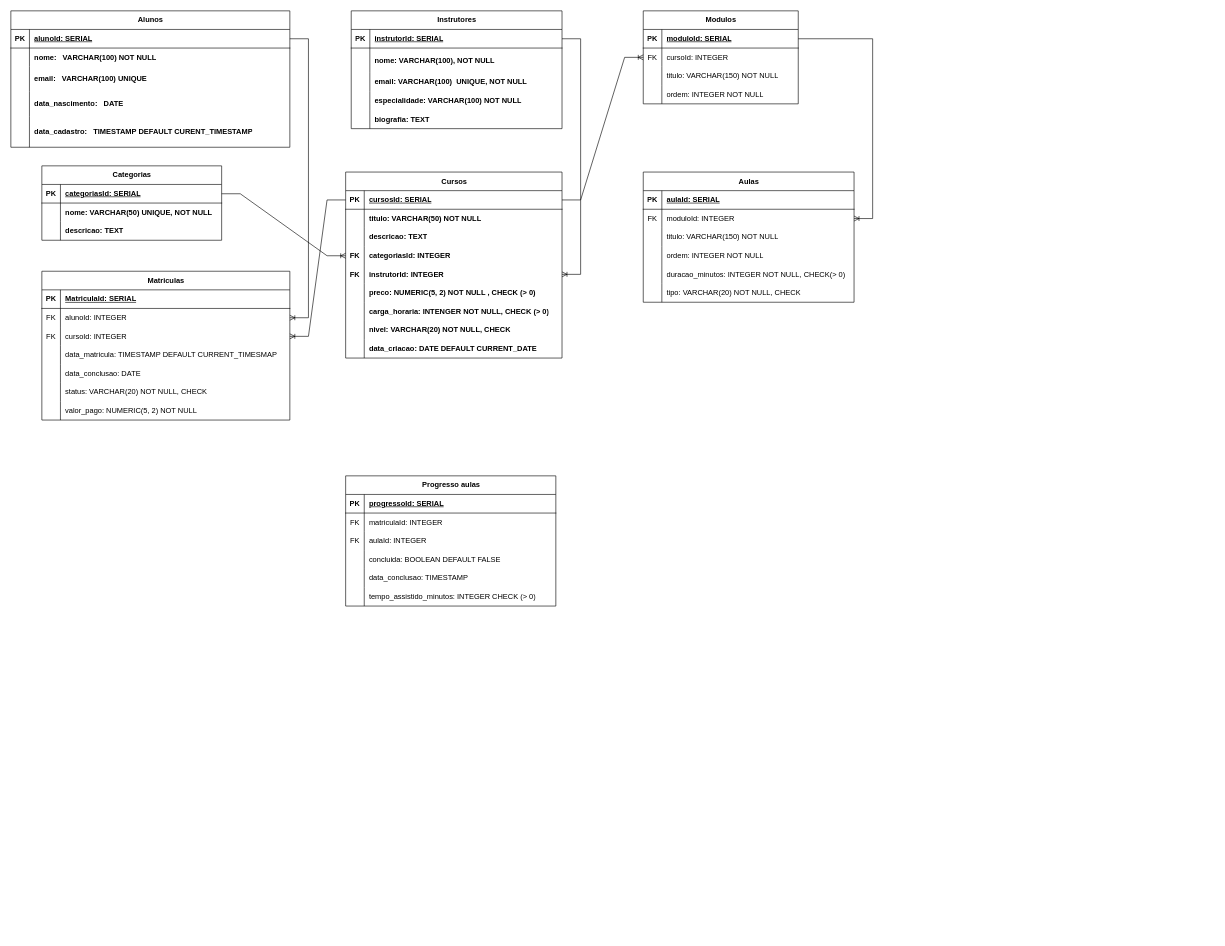
Before: page "Página-1" (1 of 2) of EDUtech.drawio in LuizVitorAlves/PlataformaEduTech_CasaDigital, a draw.io diagram. Source tidied: cells renumbered, new cells numbered last; positions are measured from the earlier drawing's top-left corner, leaving out a move shared by most shapes. Both pictures are drawn from the tidied source at 62%, with x=0, y=0 at pixel (11, 11).
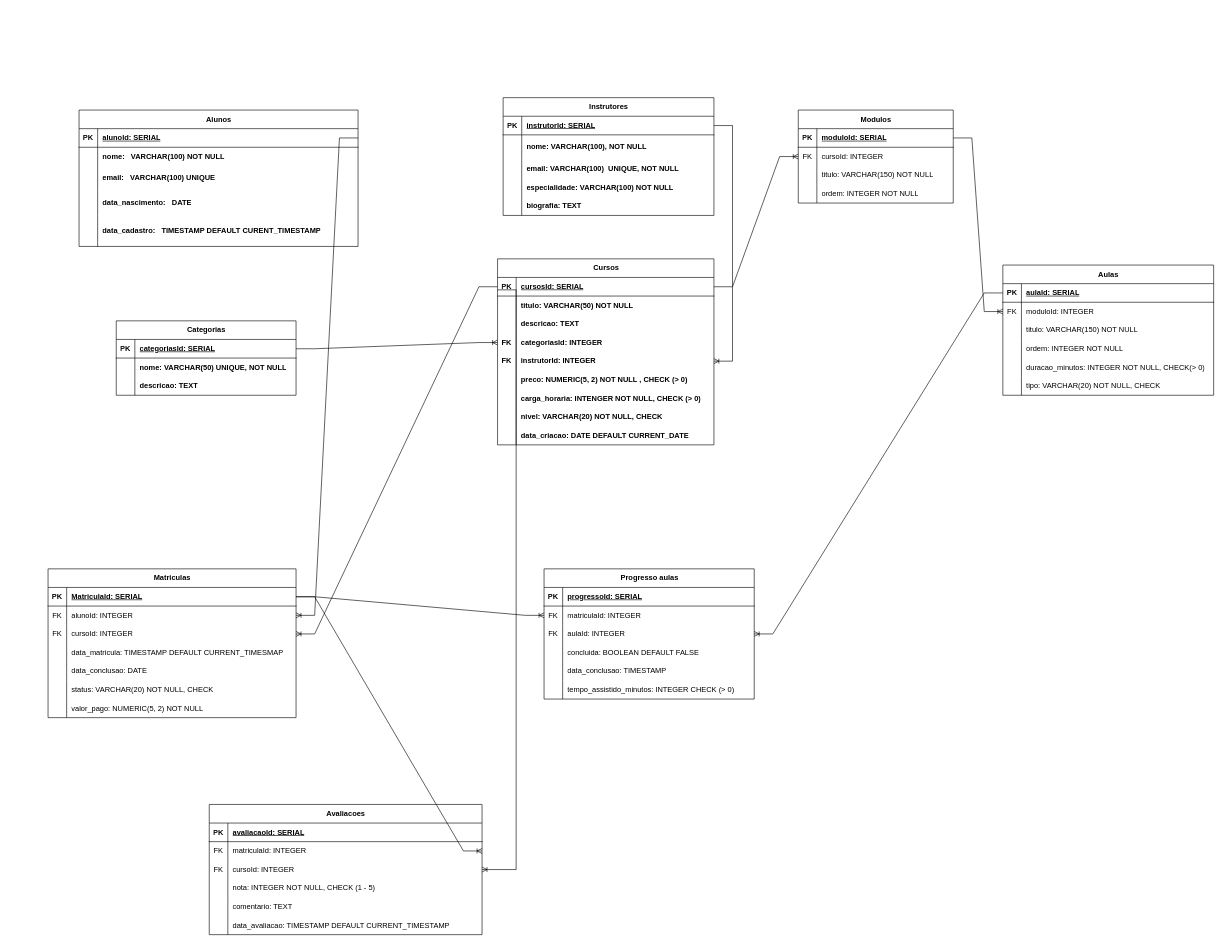
The same page after the edit.

Commit message:
Fechamento do obrigatorio

Unchanged cells that the change refers to:
```xml
<mxCell id="3" style="shape=tableRow;horizontal=0;startSize=0;swimlaneHead=0;swimlaneBody=0;fillColor=none;points=[[0,0.5],[1,0.5]];portConstraint=eastwest;top=0;left=0;right=0;bottom=1;labelBackgroundColor=none;" parent="2" vertex="1">
  <mxGeometry y="30" width="450" height="30" as="geometry" />
</mxCell>
<mxCell id="19" style="shape=tableRow;horizontal=0;startSize=0;swimlaneHead=0;swimlaneBody=0;fillColor=none;points=[[0,0.5],[1,0.5]];portConstraint=eastwest;top=0;left=0;right=0;bottom=1;" parent="18" vertex="1">
  <mxGeometry y="30" width="340" height="30" as="geometry" />
</mxCell>
<mxCell id="45" style="shape=tableRow;horizontal=0;startSize=0;swimlaneHead=0;swimlaneBody=0;fillColor=none;points=[[0,0.5],[1,0.5]];portConstraint=eastwest;top=0;left=0;right=0;bottom=1;" parent="44" vertex="1">
  <mxGeometry y="30" width="349" height="30" as="geometry" />
</mxCell>
<mxCell id="57" style="shape=tableRow;horizontal=0;startSize=0;swimlaneHead=0;swimlaneBody=0;fillColor=none;points=[[0,0.5],[1,0.5]];portConstraint=eastwest;top=0;left=0;right=0;bottom=0;" parent="44" vertex="1">
  <mxGeometry y="150" width="349" height="30" as="geometry" />
</mxCell>
<mxCell id="78" style="shape=tableRow;horizontal=0;startSize=0;swimlaneHead=0;swimlaneBody=0;fillColor=none;points=[[0,0.5],[1,0.5]];portConstraint=eastwest;top=0;left=0;right=0;bottom=0;" parent="74" vertex="1">
  <mxGeometry y="60" width="250" height="30" as="geometry" />
</mxCell>
<mxCell id="89" style="shape=tableRow;horizontal=0;startSize=0;swimlaneHead=0;swimlaneBody=0;fillColor=none;points=[[0,0.5],[1,0.5]];portConstraint=eastwest;top=0;left=0;right=0;bottom=1;" parent="88" vertex="1">
  <mxGeometry y="30" width="340" height="30" as="geometry" />
</mxCell>
<mxCell id="109" style="shape=tableRow;horizontal=0;startSize=0;swimlaneHead=0;swimlaneBody=0;fillColor=none;points=[[0,0.5],[1,0.5]];portConstraint=eastwest;top=0;left=0;right=0;bottom=1;" parent="108" vertex="1">
  <mxGeometry y="30" width="400" height="30" as="geometry" />
</mxCell>
<mxCell id="112" style="shape=tableRow;horizontal=0;startSize=0;swimlaneHead=0;swimlaneBody=0;fillColor=none;points=[[0,0.5],[1,0.5]];portConstraint=eastwest;top=0;left=0;right=0;bottom=0;" parent="108" vertex="1">
  <mxGeometry y="60" width="400" height="30" as="geometry" />
</mxCell>
<mxCell id="115" style="shape=tableRow;horizontal=0;startSize=0;swimlaneHead=0;swimlaneBody=0;fillColor=none;points=[[0,0.5],[1,0.5]];portConstraint=eastwest;top=0;left=0;right=0;bottom=0;" parent="108" vertex="1">
  <mxGeometry y="90" width="400" height="30" as="geometry" />
</mxCell>
<mxCell id="136" style="shape=tableRow;horizontal=0;startSize=0;swimlaneHead=0;swimlaneBody=0;fillColor=none;points=[[0,0.5],[1,0.5]];portConstraint=eastwest;top=0;left=0;right=0;bottom=0;" parent="132" vertex="1">
  <mxGeometry y="60" width="339" height="30" as="geometry" />
</mxCell>
<mxCell id="139" style="shape=tableRow;horizontal=0;startSize=0;swimlaneHead=0;swimlaneBody=0;fillColor=none;points=[[0,0.5],[1,0.5]];portConstraint=eastwest;top=0;left=0;right=0;bottom=0;" parent="132" vertex="1">
  <mxGeometry y="90" width="339" height="30" as="geometry" />
</mxCell>
```

The edit, as a diff of the source:
```diff
@@
     <mxCell id="2" value="Alunos" style="shape=table;startSize=30;childLayout=tableLayout;rowLines=0;fontStyle=1;align=center;html=1;labelBackgroundColor=none;" parent="1" vertex="1">
-      <mxGeometry width="450" height="220" as="geometry" />
+      <mxGeometry x="110" y="160" width="450" height="220" as="geometry" />
     </mxCell>
@@
     <mxCell id="18" value="Instrutores" style="shape=table;startSize=30;childLayout=tableLayout;rowLines=0;fontStyle=1;align=center;html=1;" parent="1" vertex="1">
-      <mxGeometry x="549" width="340" height="190" as="geometry" />
+      <mxGeometry x="794" y="140" width="340" height="190" as="geometry" />
     </mxCell>
@@
     <mxCell id="34" value="Categorias" style="shape=table;startSize=30;childLayout=tableLayout;rowLines=0;fontStyle=1;align=center;html=1;" parent="1" vertex="1">
-      <mxGeometry x="50" y="250" width="290" height="120" as="geometry" />
+      <mxGeometry x="170" y="500" width="290" height="120" as="geometry" />
     </mxCell>
@@
     <mxCell id="44" value="Cursos" style="shape=table;startSize=30;childLayout=tableLayout;rowLines=0;fontStyle=1;align=center;html=1;" parent="1" vertex="1">
-      <mxGeometry x="540" y="260" width="349" height="300" as="geometry" />
+      <mxGeometry x="785" y="400" width="349" height="300" as="geometry" />
     </mxCell>
@@
     <mxCell id="73" style="edgeStyle=entityRelationEdgeStyle;fontSize=12;html=1;endArrow=ERoneToMany;rounded=0;exitX=1;exitY=0.5;exitDx=0;exitDy=0;entryX=1;entryY=0.5;entryDx=0;entryDy=0;" parent="1" edge="1" source="19" target="57">
       <mxGeometry relative="1" as="geometry">
         <Array as="points">
-          <mxPoint x="530" y="230" />
-          <mxPoint x="950" y="140" />
-          <mxPoint x="960" y="140" />
-          <mxPoint x="940" y="190" />
-          <mxPoint x="950" y="235" />
-          <mxPoint x="940" y="130" />
-          <mxPoint x="530" y="230" />
+          <mxPoint x="710" y="380" />
+          <mxPoint x="1130" y="290" />
+          <mxPoint x="1140" y="290" />
+          <mxPoint x="1120" y="340" />
+          <mxPoint x="1130" y="385" />
+          <mxPoint x="1120" y="280" />
+          <mxPoint x="710" y="380" />
         </Array>
       </mxGeometry>
     </mxCell>
     <mxCell id="74" value="Modulos" style="shape=table;startSize=30;childLayout=tableLayout;rowLines=0;fontStyle=1;align=center;html=1;" parent="1" vertex="1">
-      <mxGeometry x="1020" width="250" height="150" as="geometry" />
+      <mxGeometry x="1270" y="160" width="250" height="150" as="geometry" />
     </mxCell>
@@
     <mxCell id="87" style="edgeStyle=entityRelationEdgeStyle;fontSize=12;html=1;endArrow=ERoneToMany;rounded=0;exitX=1;exitY=0.5;exitDx=0;exitDy=0;entryX=0;entryY=0.5;entryDx=0;entryDy=0;" parent="1" edge="1" source="45" target="78">
       <mxGeometry relative="1" as="geometry">
         <Array as="points">
-          <mxPoint x="970" y="305" />
+          <mxPoint x="1150" y="455" />
         </Array>
       </mxGeometry>
     </mxCell>
     <mxCell id="88" value="Aulas" style="shape=table;startSize=30;childLayout=tableLayout;rowLines=0;fontStyle=1;align=center;html=1;" parent="1" vertex="1">
-      <mxGeometry x="1020" y="260" width="340" height="210" as="geometry" />
+      <mxGeometry x="1600" y="410" width="340" height="210" as="geometry" />
     </mxCell>
@@
     <mxCell id="108" value="Matriculas" style="shape=table;startSize=30;childLayout=tableLayout;rowLines=0;fontStyle=1;align=center;html=1;" parent="1" vertex="1">
-      <mxGeometry x="50" y="420" width="400" height="240" as="geometry" />
+      <mxGeometry x="60" y="900" width="400" height="240" as="geometry" />
     </mxCell>
@@
     <mxCell id="130" style="edgeStyle=entityRelationEdgeStyle;fontSize=12;html=1;endArrow=ERoneToMany;rounded=0;exitX=1;exitY=0.5;exitDx=0;exitDy=0;entryX=1;entryY=0.5;entryDx=0;entryDy=0;" parent="1" edge="1" source="3" target="112">
-      <mxGeometry relative="1" as="geometry" />
+      <mxGeometry relative="1" as="geometry">
+        <Array as="points">
+          <mxPoint x="650" y="600" />
+        </Array>
+      </mxGeometry>
     </mxCell>
     <mxCell id="131" style="edgeStyle=entityRelationEdgeStyle;fontSize=12;html=1;endArrow=ERoneToMany;rounded=0;entryX=1;entryY=0.5;entryDx=0;entryDy=0;exitX=0;exitY=0.5;exitDx=0;exitDy=0;" parent="1" edge="1" source="45" target="115">
       <mxGeometry relative="1" as="geometry">
         <Array as="points">
-          <mxPoint x="680" y="650" />
+          <mxPoint x="860" y="800" />
         </Array>
       </mxGeometry>
     </mxCell>
     <mxCell id="132" value="Progresso aulas" style="shape=table;startSize=30;childLayout=tableLayout;rowLines=0;fontStyle=1;align=center;html=1;" parent="1" vertex="1">
-      <mxGeometry x="540" y="750" width="339" height="210" as="geometry" />
+      <mxGeometry x="860" y="900" width="339" height="210" as="geometry" />
     </mxCell>
@@
+    <mxCell id="151" style="edgeStyle=entityRelationEdgeStyle;fontSize=12;html=1;endArrow=ERoneToMany;rounded=0;exitX=1;exitY=0.5;exitDx=0;exitDy=0;entryX=0;entryY=0.5;entryDx=0;entryDy=0;" parent="1" edge="1" source="109" target="136">
+      <mxGeometry relative="1" as="geometry" />
+    </mxCell>
+    <mxCell id="152" style="edgeStyle=entityRelationEdgeStyle;fontSize=12;html=1;endArrow=ERoneToMany;rounded=0;exitX=0;exitY=0.5;exitDx=0;exitDy=0;entryX=1;entryY=0.5;entryDx=0;entryDy=0;" parent="1" edge="1" source="89" target="139">
+      <mxGeometry relative="1" as="geometry" />
+    </mxCell>
+    <mxCell id="153" value="Avaliacoes" style="shape=table;startSize=30;childLayout=tableLayout;rowLines=0;fontStyle=1;align=center;html=1;" parent="1" vertex="1">
+      <mxGeometry x="320" y="1280" width="440" height="210" as="geometry" />
+    </mxCell>
+    <mxCell id="154" style="shape=tableRow;horizontal=0;startSize=0;swimlaneHead=0;swimlaneBody=0;fillColor=none;top=0;left=0;right=0;bottom=1;" parent="153" vertex="1">
+      <mxGeometry y="30" width="440" height="30" as="geometry" />
+    </mxCell>
+    <mxCell id="155" value="PK" style="shape=partialRectangle;fillColor=none;top=0;left=0;bottom=0;right=0;fontStyle=1;overflow=hidden;whiteSpace=wrap;html=1;" parent="154" vertex="1">
+      <mxGeometry width="30" height="30" as="geometry" />
+    </mxCell>
+    <mxCell id="156" value="avaliacaoId: SERIAL" style="shape=partialRectangle;fillColor=none;top=0;left=0;bottom=0;right=0;align=left;spacingLeft=6;fontStyle=5;overflow=hidden;whiteSpace=wrap;html=1;" parent="154" vertex="1">
+      <mxGeometry x="30" width="410" height="30" as="geometry" />
+    </mxCell>
+    <mxCell id="157" style="shape=tableRow;horizontal=0;startSize=0;swimlaneHead=0;swimlaneBody=0;fillColor=none;points=[[0,0.5],[1,0.5]];portConstraint=eastwest;top=0;left=0;right=0;bottom=0;" parent="153" vertex="1">
+      <mxGeometry y="60" width="440" height="30" as="geometry" />
+    </mxCell>
+    <mxCell id="158" value="FK" style="shape=partialRectangle;fillColor=none;top=0;left=0;bottom=0;right=0;overflow=hidden;whiteSpace=wrap;html=1;" parent="157" vertex="1">
+      <mxGeometry width="30" height="30" as="geometry" />
+    </mxCell>
+    <mxCell id="159" value="matriculaId: INTEGER" style="shape=partialRectangle;fillColor=none;top=0;left=0;bottom=0;right=0;align=left;spacingLeft=6;overflow=hidden;whiteSpace=wrap;html=1;" parent="157" vertex="1">
+      <mxGeometry x="30" width="410" height="30" as="geometry" />
+    </mxCell>
+    <mxCell id="160" style="shape=tableRow;horizontal=0;startSize=0;swimlaneHead=0;swimlaneBody=0;fillColor=none;points=[[0,0.5],[1,0.5]];portConstraint=eastwest;top=0;left=0;right=0;bottom=0;" parent="153" vertex="1">
+      <mxGeometry y="90" width="440" height="30" as="geometry" />
+    </mxCell>
+    <mxCell id="161" value="FK" style="shape=partialRectangle;fillColor=none;top=0;left=0;bottom=0;right=0;overflow=hidden;whiteSpace=wrap;html=1;" parent="160" vertex="1">
+      <mxGeometry width="30" height="30" as="geometry" />
+    </mxCell>
+    <mxCell id="162" value="cursoId: INTEGER" style="shape=partialRectangle;fillColor=none;top=0;left=0;bottom=0;right=0;align=left;spacingLeft=6;overflow=hidden;whiteSpace=wrap;html=1;" parent="160" vertex="1">
+      <mxGeometry x="30" width="410" height="30" as="geometry" />
+    </mxCell>
+    <mxCell id="163" style="shape=tableRow;horizontal=0;startSize=0;swimlaneHead=0;swimlaneBody=0;fillColor=none;top=0;left=0;right=0;bottom=0;" parent="153" vertex="1">
+      <mxGeometry y="120" width="440" height="30" as="geometry" />
+    </mxCell>
+    <mxCell id="164" style="shape=partialRectangle;fillColor=none;top=0;left=0;bottom=0;right=0;overflow=hidden;whiteSpace=wrap;html=1;" parent="163" vertex="1">
+      <mxGeometry width="30" height="30" as="geometry" />
+    </mxCell>
+    <mxCell id="165" value="nota: INTEGER NOT NULL, CHECK (1 - 5)" style="shape=partialRectangle;fillColor=none;top=0;left=0;bottom=0;right=0;align=left;spacingLeft=6;overflow=hidden;whiteSpace=wrap;html=1;" parent="163" vertex="1">
+      <mxGeometry x="30" width="410" height="30" as="geometry" />
+    </mxCell>
+    <mxCell id="166" style="shape=tableRow;horizontal=0;startSize=0;swimlaneHead=0;swimlaneBody=0;fillColor=none;top=0;left=0;right=0;bottom=0;" parent="153" vertex="1">
+      <mxGeometry y="150" width="440" height="30" as="geometry" />
+    </mxCell>
+    <mxCell id="167" style="shape=partialRectangle;fillColor=none;top=0;left=0;bottom=0;right=0;overflow=hidden;whiteSpace=wrap;html=1;" parent="166" vertex="1">
+      <mxGeometry width="30" height="30" as="geometry" />
+    </mxCell>
+    <mxCell id="168" value="comentario: TEXT" style="shape=partialRectangle;fillColor=none;top=0;left=0;bottom=0;right=0;align=left;spacingLeft=6;overflow=hidden;whiteSpace=wrap;html=1;" parent="166" vertex="1">
+      <mxGeometry x="30" width="410" height="30" as="geometry" />
+    </mxCell>
+    <mxCell id="169" style="shape=tableRow;horizontal=0;startSize=0;swimlaneHead=0;swimlaneBody=0;fillColor=none;top=0;left=0;right=0;bottom=0;" parent="153" vertex="1">
+      <mxGeometry y="180" width="440" height="30" as="geometry" />
+    </mxCell>
+    <mxCell id="170" style="shape=partialRectangle;fillColor=none;top=0;left=0;bottom=0;right=0;overflow=hidden;whiteSpace=wrap;html=1;" parent="169" vertex="1">
+      <mxGeometry width="30" height="30" as="geometry" />
+    </mxCell>
+    <mxCell id="171" value="data_avaliacao: TIMESTAMP DEFAULT CURRENT_TIMESTAMP" style="shape=partialRectangle;fillColor=none;top=0;left=0;bottom=0;right=0;align=left;spacingLeft=6;overflow=hidden;whiteSpace=wrap;html=1;" parent="169" vertex="1">
+      <mxGeometry x="30" width="410" height="30" as="geometry" />
+    </mxCell>
+    <mxCell id="172" style="edgeStyle=entityRelationEdgeStyle;fontSize=12;html=1;endArrow=ERoneToMany;rounded=0;exitX=1;exitY=0.5;exitDx=0;exitDy=0;entryX=1;entryY=0.5;entryDx=0;entryDy=0;" parent="1" edge="1" source="109" target="157">
+      <mxGeometry relative="1" as="geometry">
+        <Array as="points">
+          <mxPoint x="-350" y="1180" />
+        </Array>
+      </mxGeometry>
+    </mxCell>
+    <mxCell id="173" style="edgeStyle=entityRelationEdgeStyle;fontSize=12;html=1;endArrow=ERoneToMany;rounded=0;exitX=0;exitY=0.5;exitDx=0;exitDy=0;entryX=1;entryY=0.5;entryDx=0;entryDy=0;" parent="1" edge="1" target="160">
+      <mxGeometry relative="1" as="geometry">
+        <mxPoint x="785" y="450" as="sourcePoint" />
+      </mxGeometry>
+    </mxCell>
```
